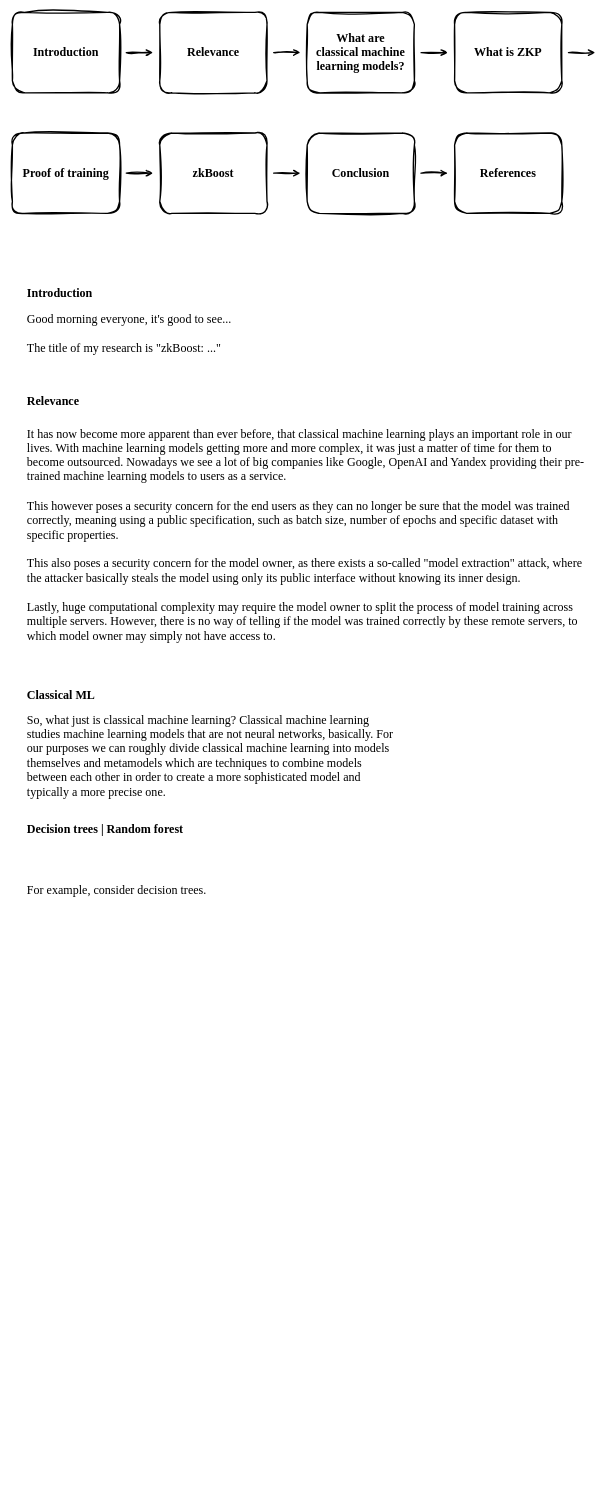
VladlenAfonin/phd-english keeps this draw.io diagram as page "storyboard" (1 of 4) of res/english.drawio. Above is the earlier version. Source tidied: cells renumbered, new cells numbered last; positions are measured from the earlier drawing's top-left corner, leaving out a move shared by most shapes. Both pictures are drawn from the tidied source at 67%, with x=0, y=0 at pixel (12, 12).
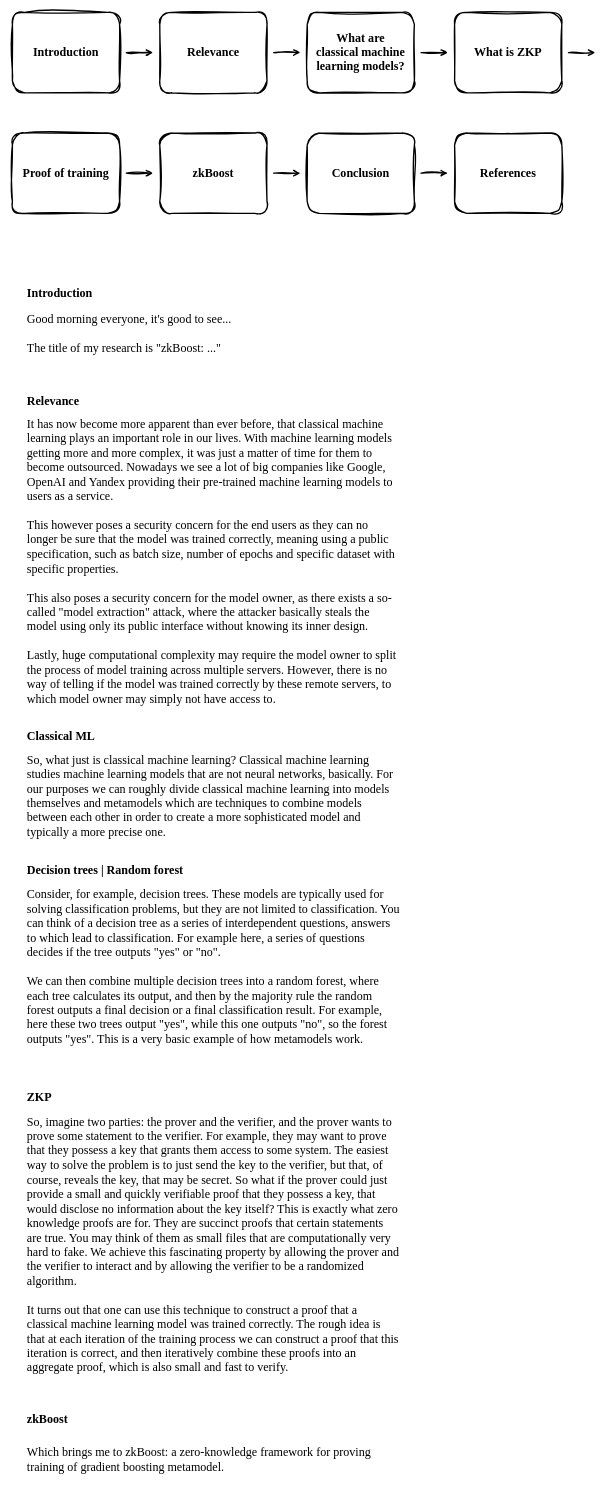
After the change.

The edit, as a diff of the source:
```diff
@@
     <mxCell id="28" value="It has now become more apparent than ever before, that classical machine learning plays an important role in our lives. With machine learning models getting more and more complex, it was just a matter of time for them to become outsourced. Nowadays we see a lot of big companies like Google, OpenAI and Yandex providing their pre-trained machine learning models to users as a service.&lt;div style=&quot;line-height: 120%;&quot;&gt;&lt;br&gt;&lt;/div&gt;&lt;div style=&quot;line-height: 120%;&quot;&gt;This however poses a security concern for the end users as they can no longer be sure that the model was trained correctly, meaning using a public specification, such as batch size, number of epochs and specific dataset with specific properties.&lt;/div&gt;&lt;div style=&quot;line-height: 120%;&quot;&gt;&lt;br&gt;&lt;/div&gt;&lt;div style=&quot;line-height: 120%;&quot;&gt;This also poses a security concern for the model owner, as there exists a so-called &quot;model extraction&quot; attack, where the attacker basically steals the model using only its public interface without knowing its inner design.&lt;/div&gt;&lt;div style=&quot;line-height: 120%;&quot;&gt;&lt;br&gt;&lt;/div&gt;&lt;div style=&quot;line-height: 120%;&quot;&gt;Lastly, huge computational complexity may require the model owner to split the process of model training across multiple servers. However, there is no way of telling if the model was trained correctly by these remote servers, to which model owner may simply not have access to.&lt;/div&gt;" style="text;html=1;align=left;verticalAlign=middle;whiteSpace=wrap;rounded=0;fontFamily=Garamond;fontStyle=0;fontSize=18;horizontal=1;" parent="1" vertex="1">
-      <mxGeometry x="20" y="600" width="840" height="360" as="geometry" />
+      <mxGeometry x="20" y="600" width="560" height="440" as="geometry" />
     </mxCell>
     <mxCell id="29" value="Classical ML" style="text;html=1;align=left;verticalAlign=middle;whiteSpace=wrap;rounded=0;fontFamily=Garamond;fontStyle=1;fontSize=18;" parent="1" vertex="1">
-      <mxGeometry x="20" y="1000" width="120" height="40" as="geometry" />
+      <mxGeometry x="20" y="1060" width="120" height="40" as="geometry" />
     </mxCell>
     <mxCell id="30" value="So, what just is classical machine learning? Classical machine learning studies machine learning models that are not neural networks, basically. For our purposes we can roughly divide classical machine learning into models themselves and metamodels which are techniques to combine models between each other in order to create a more sophisticated model and typically a more precise one." style="text;html=1;align=left;verticalAlign=middle;whiteSpace=wrap;rounded=0;fontFamily=Garamond;fontStyle=0;fontSize=18;horizontal=1;" parent="1" vertex="1">
-      <mxGeometry x="20" y="1040" width="560" height="140" as="geometry" />
+      <mxGeometry x="20" y="1100" width="560" height="140" as="geometry" />
     </mxCell>
     <mxCell id="31" value="Decision trees | Random forest" style="text;html=1;align=left;verticalAlign=middle;whiteSpace=wrap;rounded=0;fontFamily=Garamond;fontStyle=1;fontSize=18;" parent="1" vertex="1">
-      <mxGeometry x="20" y="1200" width="360" height="40" as="geometry" />
+      <mxGeometry x="20" y="1260" width="360" height="40" as="geometry" />
     </mxCell>
-    <mxCell id="32" value="For example, consider decision trees." style="text;html=1;align=left;verticalAlign=middle;whiteSpace=wrap;rounded=0;fontFamily=Garamond;fontStyle=0;fontSize=18;horizontal=1;" parent="1" vertex="1">
-      <mxGeometry x="20" y="1240" width="560" height="140" as="geometry" />
+    <mxCell id="32" value="Consider, for example, decision trees. These models are typically used for solving classification problems, but they are not limited to classification. You can think of a decision tree as a series of interdependent questions, answers to which lead to classification. For example here, a series of questions decides if the tree outputs &quot;yes&quot; or &quot;no&quot;.&lt;br&gt;&lt;br&gt;We can then combine multiple decision trees into a random forest, where each tree calculates its output, and then by the majority rule the random forest outputs a final decision or a final classification result. For example, here these two trees output &quot;yes&quot;, while this one outputs &quot;no&quot;, so the forest outputs &quot;yes&quot;. This is a very basic example of how metamodels work." style="text;html=1;align=left;verticalAlign=middle;whiteSpace=wrap;rounded=0;fontFamily=Garamond;fontStyle=0;fontSize=18;horizontal=1;" parent="1" vertex="1">
+      <mxGeometry x="20" y="1300" width="560" height="250" as="geometry" />
     </mxCell>
+    <mxCell id="33" value="ZKP" style="text;html=1;align=left;verticalAlign=middle;whiteSpace=wrap;rounded=0;fontFamily=Garamond;fontStyle=1;fontSize=18;" parent="1" vertex="1">
+      <mxGeometry x="20" y="1600" width="360" height="40" as="geometry" />
+    </mxCell>
+    <mxCell id="34" value="So, imagine two parties: the prover and the verifier, and the prover wants to prove some statement to the verifier. For example, they may want to prove that they possess a key that grants them access to some system. The easiest way to solve the problem is to just send the key to the verifier, but that, of course, reveals the key, that may be secret. So what if the prover could just provide a small and quickly verifiable proof that they possess a key, that would disclose no information about the key itself? This is exactly what zero knowledge proofs are for. They are succinct proofs that certain statements are true. You may think of them as small files that are computationally very hard to fake. We achieve this fascinating property by allowing the prover and the verifier to interact and by allowing the verifier to be a randomized algorithm.&lt;br&gt;&lt;br&gt;It turns out that one can use this technique to construct a proof that a classical machine learning model was trained correctly. The rough idea is that at each iteration of the training process we can construct a proof that this iteration is correct, and then iteratively combine these proofs into an aggregate proof, which is also small and fast to verify." style="text;html=1;align=left;verticalAlign=middle;whiteSpace=wrap;rounded=0;fontFamily=Garamond;fontStyle=0;fontSize=18;horizontal=1;" parent="1" vertex="1">
+      <mxGeometry x="20" y="1640" width="560" height="400" as="geometry" />
+    </mxCell>
+    <mxCell id="35" value="Which brings me to zkBoost: a zero-knowledge framework for proving training of gradient boosting metamodel." style="text;html=1;align=left;verticalAlign=middle;whiteSpace=wrap;rounded=0;fontFamily=Garamond;fontStyle=0;fontSize=18;horizontal=1;" parent="1" vertex="1">
+      <mxGeometry x="20" y="2120" width="560" height="80" as="geometry" />
+    </mxCell>
+    <mxCell id="36" value="zkBoost" style="text;html=1;align=left;verticalAlign=middle;whiteSpace=wrap;rounded=0;fontFamily=Garamond;fontStyle=1;fontSize=18;" parent="1" vertex="1">
+      <mxGeometry x="20" y="2080" width="360" height="40" as="geometry" />
+    </mxCell>
```
